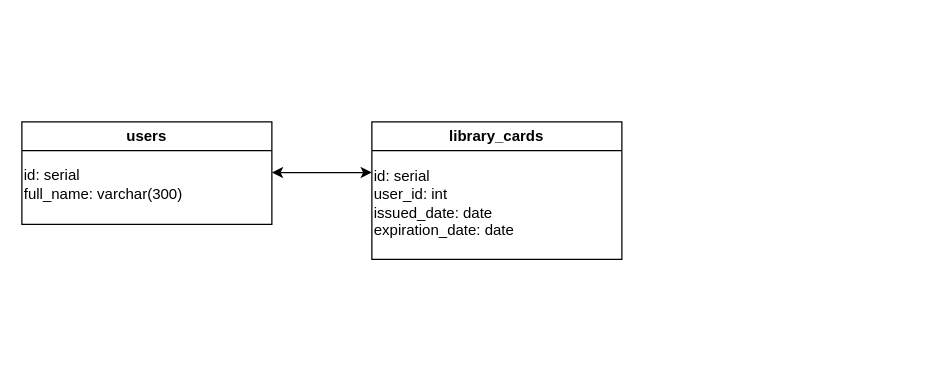
This is db/one_to_one.drawio from dmtrots/job4j_design, a draw.io file, before an edit. Source tidied: cells renumbered, new cells numbered last; positions are measured from the earlier drawing's top-left corner, leaving out a move shared by most shapes. Both pictures are drawn from the tidied source at 125%, with x=0, y=0 at pixel (21, 121).
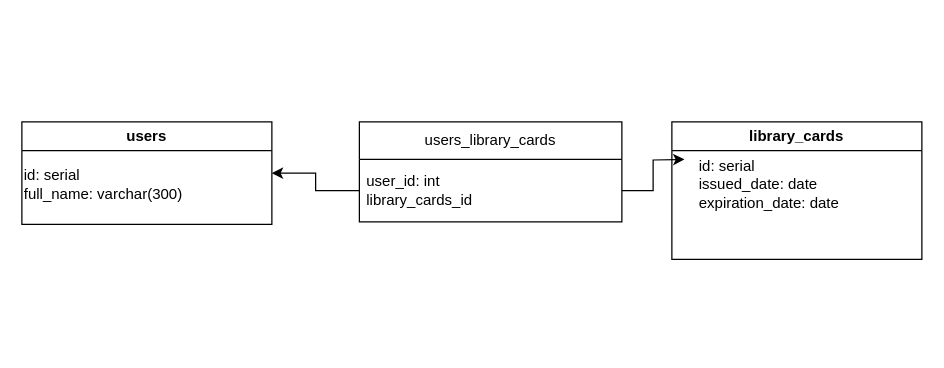
After the change.

Commit message:
1. Связи между таблицами [#373615 #554395]

Diff of the diagram source:
```diff
@@
 <mxGraphModel>
   <root>
     <mxCell id="0" />
     <mxCell id="1" parent="0" />
     <mxCell id="2" value="users" style="swimlane;whiteSpace=wrap;" parent="1" vertex="1" collapsed="1">
       <mxGeometry width="200" height="82" as="geometry" />
     </mxCell>
     <mxCell id="3" value="library_cards" style="swimlane;whiteSpace=wrap;" parent="1" vertex="1" collapsed="1">
-      <mxGeometry x="280" width="200" height="110" as="geometry" />
+      <mxGeometry x="520" width="200" height="110" as="geometry" />
     </mxCell>
-    <mxCell id="4" style="endArrow=classic;startArrow=classic;html=1;rounded=0;exitX=1;exitY=1;exitDx=0;exitDy=0;entryX=0;entryY=1;entryDx=0;entryDy=0;" parent="1" edge="1">
-      <mxGeometry relative="1" as="geometry">
-        <mxPoint x="200" y="40.5" as="sourcePoint" />
-        <mxPoint x="280" y="40.5" as="targetPoint" />
-      </mxGeometry>
-    </mxCell>
     <mxCell id="5" value="&lt;font&gt;id: serial&lt;/font&gt;&lt;div&gt;&lt;font&gt;full_name: varchar(300)&lt;/font&gt;&lt;/div&gt;" style="text;html=1;whiteSpace=wrap;strokeColor=none;fillColor=none;align=left;verticalAlign=middle;rounded=0;fontColor=#000000;" parent="1" vertex="1">
       <mxGeometry y="30" width="130" height="40" as="geometry" />
     </mxCell>
-    <mxCell id="6" value="&lt;font style=&quot;&quot;&gt;id: serial&lt;/font&gt;&lt;div style=&quot;&quot;&gt;user_id: int&lt;/div&gt;&lt;div style=&quot;&quot;&gt;issued_date: date&lt;/div&gt;&lt;div style=&quot;&quot;&gt;expiration_date: date&lt;/div&gt;" style="text;html=1;whiteSpace=wrap;strokeColor=none;fillColor=none;align=left;verticalAlign=middle;rounded=0;" parent="1" vertex="1">
-      <mxGeometry x="280" y="30" width="170" height="70" as="geometry" />
+    <mxCell id="6" value="&lt;font style=&quot;&quot;&gt;id: serial&lt;/font&gt;&lt;div style=&quot;&quot;&gt;issued_date: date&lt;/div&gt;&lt;div style=&quot;&quot;&gt;expiration_date: date&lt;/div&gt;" style="text;html=1;whiteSpace=wrap;strokeColor=none;fillColor=none;align=left;verticalAlign=middle;rounded=0;" parent="1" vertex="1">
+      <mxGeometry x="540" y="-80" width="170" height="260" as="geometry" />
     </mxCell>
+    <mxCell id="7" value="users_library_cards" style="swimlane;fontStyle=0;horizontal=1;startSize=30;whiteSpace=wrap;html=1;" parent="1" vertex="1">
+      <mxGeometry x="270" width="210" height="80" as="geometry" />
+    </mxCell>
+    <mxCell id="8" style="edgeStyle=orthogonalEdgeStyle;rounded=0;jettySize=auto;html=1;exitX=1;exitY=0.5;exitDx=0;exitDy=0;" parent="7" edge="1" source="9">
+      <mxGeometry relative="1" as="geometry">
+        <mxPoint x="260" y="30" as="targetPoint" />
+      </mxGeometry>
+    </mxCell>
+    <mxCell id="9" value="user_id: int&lt;div&gt;library_cards_id&lt;/div&gt;" style="text;strokeColor=none;fillColor=none;align=left;verticalAlign=middle;spacingLeft=4;spacingRight=4;overflow=hidden;points=[[0,0.5],[1,0.5]];portConstraint=eastwest;whiteSpace=wrap;html=1;" parent="7" vertex="1">
+      <mxGeometry y="30" width="210" height="50" as="geometry" />
+    </mxCell>
+    <mxCell id="10" style="edgeStyle=orthogonalEdgeStyle;rounded=0;jettySize=auto;html=1;entryX=1;entryY=0.5;entryDx=0;entryDy=0;" parent="1" edge="1" source="9" target="2">
+      <mxGeometry relative="1" as="geometry" />
+    </mxCell>
   </root>
 </mxGraphModel>
```
